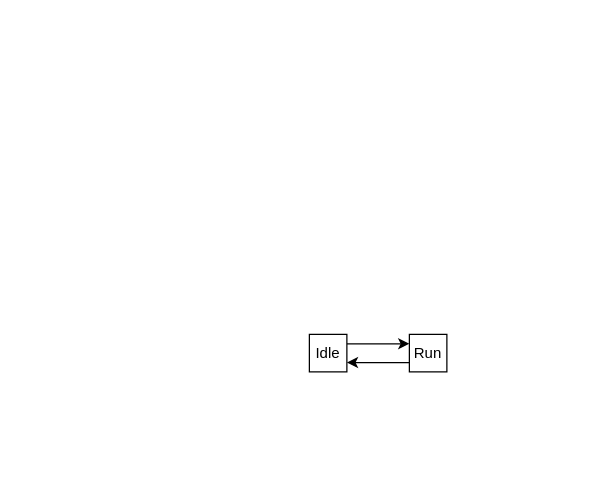
Earlier version of the draw.io diagram Player State Machine.drawio (azylazide/untitled-hw-game-G4). Source tidied: cells renumbered, new cells numbered last; positions are measured from the earlier drawing's top-left corner, leaving out a move shared by most shapes. Both pictures are drawn from the tidied source at 125%, with x=0, y=0 at pixel (309, 334).
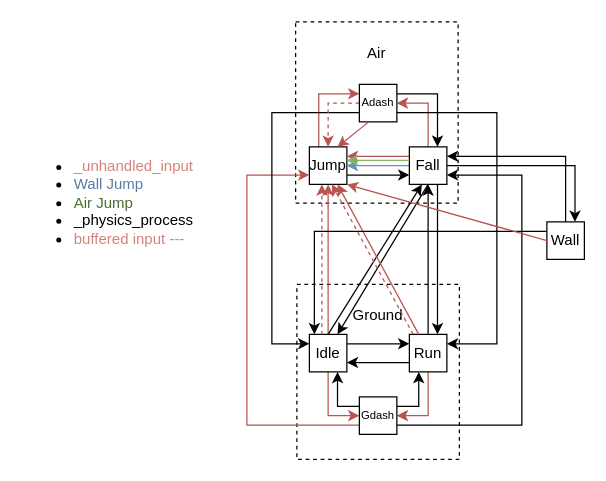
The same page after the edit.

Unchanged cells that the change refers to:
```xml
<mxCell id="3" value="Idle" style="whiteSpace=wrap;html=1;" parent="1" vertex="1">
  <mxGeometry width="30" height="30" as="geometry" />
</mxCell>
```

Change to the diagram source:
```diff
@@
+    <mxCell id="6" style="rounded=0;whiteSpace=wrap;html=1;glass=0;dashed=1;" parent="1" vertex="1">
+      <mxGeometry x="-11" y="-250" width="130" height="145" as="geometry" />
+    </mxCell>
+    <mxCell id="7" style="rounded=0;whiteSpace=wrap;html=1;dashed=1;" parent="1" vertex="1">
+      <mxGeometry x="-10" y="-40" width="130" height="140" as="geometry" />
+    </mxCell>
@@
+    <mxCell id="8" style="edgeStyle=orthogonalEdgeStyle;rounded=0;jettySize=auto;html=1;exitX=0.5;exitY=0;exitDx=0;exitDy=0;entryX=0.5;entryY=1;entryDx=0;entryDy=0;fillColor=#f8cecc;strokeColor=#b85450;" parent="1" edge="1" source="3" target="15">
+      <mxGeometry relative="1" as="geometry" />
+    </mxCell>
+    <mxCell id="9" style="edgeStyle=orthogonalEdgeStyle;rounded=0;jettySize=auto;html=1;exitX=0.5;exitY=1;exitDx=0;exitDy=0;entryX=0;entryY=0.5;entryDx=0;entryDy=0;fillColor=#f8cecc;strokeColor=#b85450;" parent="1" edge="1" source="3" target="30">
+      <mxGeometry relative="1" as="geometry" />
+    </mxCell>
@@
+    <mxCell id="10" style="edgeStyle=orthogonalEdgeStyle;rounded=0;jettySize=auto;html=1;exitX=0.5;exitY=1;exitDx=0;exitDy=0;entryX=1;entryY=0.5;entryDx=0;entryDy=0;fillColor=#f8cecc;strokeColor=#b85450;" parent="1" edge="1" source="5" target="30">
+      <mxGeometry relative="1" as="geometry" />
+    </mxCell>
+    <mxCell id="5" value="Run" style="whiteSpace=wrap;html=1;" parent="1" vertex="1">
+      <mxGeometry x="80" width="30" height="30" as="geometry" />
+    </mxCell>
@@
-    <mxCell id="5" value="Run" style="whiteSpace=wrap;html=1;" parent="1" vertex="1">
-      <mxGeometry x="80" width="30" height="30" as="geometry" />
-    </mxCell>
+    <mxCell id="11" value="Ground" style="text;html=1;strokeColor=none;fillColor=none;align=center;verticalAlign=middle;whiteSpace=wrap;rounded=0;" parent="1" vertex="1">
+      <mxGeometry x="25" y="-30" width="60" height="30" as="geometry" />
+    </mxCell>
+    <mxCell id="12" value="Air" style="text;html=1;strokeColor=none;fillColor=none;align=center;verticalAlign=middle;whiteSpace=wrap;rounded=0;" parent="1" vertex="1">
+      <mxGeometry x="24" y="-240" width="60" height="30" as="geometry" />
+    </mxCell>
+    <mxCell id="13" style="edgeStyle=orthogonalEdgeStyle;rounded=0;jettySize=auto;html=1;exitX=1;exitY=0.75;exitDx=0;exitDy=0;entryX=0;entryY=0.75;entryDx=0;entryDy=0;" parent="1" edge="1" source="15" target="21">
+      <mxGeometry relative="1" as="geometry" />
+    </mxCell>
+    <mxCell id="14" style="edgeStyle=orthogonalEdgeStyle;rounded=0;jettySize=auto;html=1;exitX=0.25;exitY=0;exitDx=0;exitDy=0;entryX=0;entryY=0.25;entryDx=0;entryDy=0;fillColor=#f8cecc;strokeColor=#b85450;" parent="1" edge="1" source="15" target="35">
+      <mxGeometry relative="1" as="geometry" />
+    </mxCell>
+    <mxCell id="15" value="Jump" style="whiteSpace=wrap;html=1;" parent="1" vertex="1">
+      <mxGeometry y="-150" width="30" height="30" as="geometry" />
+    </mxCell>
+    <mxCell id="16" style="edgeStyle=orthogonalEdgeStyle;rounded=0;jettySize=auto;html=1;exitX=0;exitY=0.25;exitDx=0;exitDy=0;entryX=1;entryY=0.25;entryDx=0;entryDy=0;fillColor=#f8cecc;strokeColor=#b85450;" parent="1" edge="1" source="21" target="15">
+      <mxGeometry relative="1" as="geometry" />
+    </mxCell>
+    <mxCell id="17" style="edgeStyle=orthogonalEdgeStyle;rounded=0;jettySize=auto;html=1;exitX=0.75;exitY=1;exitDx=0;exitDy=0;entryX=0.75;entryY=0;entryDx=0;entryDy=0;" parent="1" edge="1" source="21" target="5">
+      <mxGeometry relative="1" as="geometry" />
+    </mxCell>
+    <mxCell id="18" style="edgeStyle=orthogonalEdgeStyle;rounded=0;jettySize=auto;html=1;exitX=0.5;exitY=0;exitDx=0;exitDy=0;entryX=1;entryY=0.5;entryDx=0;entryDy=0;fillColor=#f8cecc;strokeColor=#b85450;" parent="1" edge="1" source="21" target="35">
+      <mxGeometry relative="1" as="geometry" />
+    </mxCell>
+    <mxCell id="19" style="edgeStyle=orthogonalEdgeStyle;rounded=0;jettySize=auto;html=1;exitX=1;exitY=0.5;exitDx=0;exitDy=0;entryX=0.75;entryY=0;entryDx=0;entryDy=0;" parent="1" edge="1" source="21" target="38">
+      <mxGeometry relative="1" as="geometry" />
+    </mxCell>
+    <mxCell id="20" style="edgeStyle=orthogonalEdgeStyle;rounded=0;jettySize=auto;html=1;exitX=0;exitY=0.5;exitDx=0;exitDy=0;entryX=1;entryY=0.5;entryDx=0;entryDy=0;fillColor=#dae8fc;strokeColor=#6c8ebf;" parent="1" edge="1" source="21" target="15">
+      <mxGeometry relative="1" as="geometry" />
+    </mxCell>
+    <mxCell id="21" value="Fall" style="whiteSpace=wrap;html=1;" parent="1" vertex="1">
+      <mxGeometry x="80" y="-150" width="30" height="30" as="geometry" />
+    </mxCell>
+    <mxCell id="22" style="endArrow=classic;html=1;rounded=0;exitX=0.5;exitY=0;exitDx=0;exitDy=0;" parent="1" edge="1" source="3">
+      <mxGeometry relative="1" as="geometry">
+        <mxPoint x="90" y="-120" as="targetPoint" />
+      </mxGeometry>
+    </mxCell>
+    <mxCell id="23" style="endArrow=classic;html=1;rounded=0;exitX=0.5;exitY=1;exitDx=0;exitDy=0;entryX=0.75;entryY=0;entryDx=0;entryDy=0;" parent="1" edge="1" source="21" target="3">
+      <mxGeometry relative="1" as="geometry" />
+    </mxCell>
+    <mxCell id="24" style="endArrow=classic;html=1;rounded=0;exitX=0.5;exitY=0;exitDx=0;exitDy=0;entryX=0.5;entryY=1;entryDx=0;entryDy=0;" parent="1" edge="1" source="5" target="21">
+      <mxGeometry relative="1" as="geometry" />
+    </mxCell>
+    <mxCell id="25" style="endArrow=classic;html=1;rounded=0;entryX=0.75;entryY=1;entryDx=0;entryDy=0;exitX=0.25;exitY=0;exitDx=0;exitDy=0;fillColor=#f8cecc;strokeColor=#b85450;" parent="1" edge="1" source="5" target="15">
+      <mxGeometry relative="1" as="geometry" />
+    </mxCell>
+    <mxCell id="26" style="edgeStyle=orthogonalEdgeStyle;rounded=0;jettySize=auto;html=1;exitX=0;exitY=0.25;exitDx=0;exitDy=0;entryX=0.75;entryY=1;entryDx=0;entryDy=0;" parent="1" edge="1" source="30" target="3">
+      <mxGeometry relative="1" as="geometry" />
+    </mxCell>
+    <mxCell id="27" style="edgeStyle=orthogonalEdgeStyle;rounded=0;jettySize=auto;html=1;exitX=1;exitY=0.25;exitDx=0;exitDy=0;entryX=0.25;entryY=1;entryDx=0;entryDy=0;" parent="1" edge="1" source="30" target="5">
+      <mxGeometry relative="1" as="geometry" />
+    </mxCell>
+    <mxCell id="28" style="edgeStyle=orthogonalEdgeStyle;rounded=0;jettySize=auto;html=1;exitX=0;exitY=0.75;exitDx=0;exitDy=0;entryX=0;entryY=0.75;entryDx=0;entryDy=0;fillColor=#f8cecc;strokeColor=#b85450;" parent="1" edge="1" source="30" target="15">
+      <mxGeometry relative="1" as="geometry">
+        <Array as="points">
+          <mxPoint x="-50" y="73" />
+          <mxPoint x="-50" y="-127" />
+        </Array>
+      </mxGeometry>
+    </mxCell>
+    <mxCell id="29" style="edgeStyle=orthogonalEdgeStyle;rounded=0;jettySize=auto;html=1;exitX=1;exitY=0.75;exitDx=0;exitDy=0;entryX=1;entryY=0.75;entryDx=0;entryDy=0;" parent="1" edge="1" source="30" target="21">
+      <mxGeometry relative="1" as="geometry">
+        <Array as="points">
+          <mxPoint x="170" y="73" />
+          <mxPoint x="170" y="-127" />
+        </Array>
+      </mxGeometry>
+    </mxCell>
+    <mxCell id="30" value="Gdash" style="whiteSpace=wrap;html=1;verticalAlign=middle;fontSize=9;" parent="1" vertex="1">
+      <mxGeometry x="40" y="50" width="30" height="30" as="geometry" />
+    </mxCell>
+    <mxCell id="31" style="edgeStyle=orthogonalEdgeStyle;rounded=0;jettySize=auto;html=1;exitX=1;exitY=0.25;exitDx=0;exitDy=0;entryX=0.75;entryY=0;entryDx=0;entryDy=0;" parent="1" edge="1" source="35" target="21">
+      <mxGeometry relative="1" as="geometry" />
+    </mxCell>
+    <mxCell id="32" style="edgeStyle=orthogonalEdgeStyle;rounded=0;jettySize=auto;html=1;exitX=1;exitY=0.75;exitDx=0;exitDy=0;entryX=1;entryY=0.25;entryDx=0;entryDy=0;" parent="1" edge="1" source="35" target="5">
+      <mxGeometry relative="1" as="geometry">
+        <Array as="points">
+          <mxPoint x="150" y="-177" />
+          <mxPoint x="150" y="8" />
+        </Array>
+      </mxGeometry>
+    </mxCell>
+    <mxCell id="33" style="edgeStyle=orthogonalEdgeStyle;rounded=0;jettySize=auto;html=1;exitX=0;exitY=0.75;exitDx=0;exitDy=0;entryX=0;entryY=0.25;entryDx=0;entryDy=0;" parent="1" edge="1" source="35" target="3">
+      <mxGeometry relative="1" as="geometry">
+        <Array as="points">
+          <mxPoint x="-30" y="-177" />
+          <mxPoint x="-30" y="8" />
+        </Array>
+      </mxGeometry>
+    </mxCell>
+    <mxCell id="34" style="edgeStyle=orthogonalEdgeStyle;rounded=0;jettySize=auto;html=1;exitX=0;exitY=0.5;exitDx=0;exitDy=0;entryX=0.5;entryY=0;entryDx=0;entryDy=0;fillColor=#f8cecc;strokeColor=#b85450;dashed=1;" parent="1" edge="1" source="35" target="15">
+      <mxGeometry relative="1" as="geometry" />
+    </mxCell>
+    <mxCell id="35" value="Adash" style="whiteSpace=wrap;html=1;verticalAlign=middle;fontSize=9;" parent="1" vertex="1">
+      <mxGeometry x="40" y="-200" width="30" height="30" as="geometry" />
+    </mxCell>
+    <mxCell id="36" style="edgeStyle=orthogonalEdgeStyle;rounded=0;jettySize=auto;html=1;exitX=0.5;exitY=0;exitDx=0;exitDy=0;entryX=1;entryY=0.25;entryDx=0;entryDy=0;" parent="1" edge="1" source="38" target="21">
+      <mxGeometry relative="1" as="geometry" />
+    </mxCell>
+    <mxCell id="37" style="edgeStyle=orthogonalEdgeStyle;rounded=0;jettySize=auto;html=1;exitX=0;exitY=0.25;exitDx=0;exitDy=0;entryX=0.133;entryY=0;entryDx=0;entryDy=0;entryPerimeter=0;" parent="1" edge="1" source="38" target="3">
+      <mxGeometry relative="1" as="geometry" />
+    </mxCell>
+    <mxCell id="38" value="Wall" style="whiteSpace=wrap;html=1;" parent="1" vertex="1">
+      <mxGeometry x="190" y="-90" width="30" height="30" as="geometry" />
+    </mxCell>
+    <mxCell id="39" style="edgeStyle=orthogonalEdgeStyle;rounded=0;orthogonalLoop=1;jettySize=auto;html=1;exitX=0.5;exitY=0;exitDx=0;exitDy=0;entryX=0.5;entryY=1;entryDx=0;entryDy=0;fillColor=#f8cecc;strokeColor=#b85450;dashed=1;" parent="1" edge="1">
+      <mxGeometry relative="1" as="geometry">
+        <mxPoint x="10" as="sourcePoint" />
+        <mxPoint x="10" y="-120" as="targetPoint" />
+      </mxGeometry>
+    </mxCell>
+    <mxCell id="40" style="endArrow=classic;html=1;rounded=0;entryX=0.75;entryY=1;entryDx=0;entryDy=0;exitX=0.25;exitY=0;exitDx=0;exitDy=0;fillColor=#f8cecc;strokeColor=#b85450;dashed=1;" parent="1" edge="1">
+      <mxGeometry relative="1" as="geometry">
+        <mxPoint x="83" as="sourcePoint" />
+        <mxPoint x="18" y="-120" as="targetPoint" />
+      </mxGeometry>
+    </mxCell>
+    <mxCell id="41" style="edgeStyle=orthogonalEdgeStyle;rounded=0;orthogonalLoop=1;jettySize=auto;html=1;exitX=0;exitY=0.5;exitDx=0;exitDy=0;entryX=1;entryY=0.5;entryDx=0;entryDy=0;fillColor=#d5e8d4;strokeColor=#82b366;" parent="1" edge="1">
+      <mxGeometry relative="1" as="geometry">
+        <mxPoint x="80" y="-139.2" as="sourcePoint" />
+        <mxPoint x="30" y="-139.2" as="targetPoint" />
+      </mxGeometry>
+    </mxCell>
+    <mxCell id="42" style="endArrow=classic;html=1;rounded=0;exitX=0.25;exitY=1;exitDx=0;exitDy=0;entryX=0.75;entryY=0;entryDx=0;entryDy=0;fillColor=#f8cecc;strokeColor=#b85450;" parent="1" edge="1" source="35" target="15">
+      <mxGeometry relative="1" as="geometry" />
+    </mxCell>
+    <mxCell id="43" style="endArrow=classic;html=1;rounded=0;exitX=0;exitY=0.5;exitDx=0;exitDy=0;entryX=1;entryY=1;entryDx=0;entryDy=0;fillColor=#f8cecc;strokeColor=#b85450;" parent="1" edge="1" source="38" target="15">
+      <mxGeometry relative="1" as="geometry" />
+    </mxCell>
+    <mxCell id="44" value="&lt;ul&gt;&lt;li style=&quot;&quot;&gt;&lt;font color=&quot;#d7817d&quot;&gt;_unhandled_input&lt;/font&gt;&lt;/li&gt;&lt;li style=&quot;&quot;&gt;&lt;font color=&quot;#5c79a4&quot;&gt;Wall Jump&lt;/font&gt;&lt;/li&gt;&lt;li style=&quot;&quot;&gt;&lt;font color=&quot;#456f2c&quot;&gt;Air Jump&lt;/font&gt;&lt;/li&gt;&lt;li style=&quot;&quot;&gt;_physics_process&lt;/li&gt;&lt;li style=&quot;&quot;&gt;&lt;font color=&quot;#d7817d&quot;&gt;buffered input ---&lt;/font&gt;&lt;/li&gt;&lt;/ul&gt;&lt;font color=&quot;#456f2c&quot;&gt;&lt;br&gt;&lt;/font&gt;" style="text;html=1;strokeColor=none;fillColor=none;align=left;verticalAlign=top;whiteSpace=wrap;rounded=0;" parent="1" vertex="1">
+      <mxGeometry x="-230" y="-160" width="170" height="120" as="geometry" />
+    </mxCell>
```
